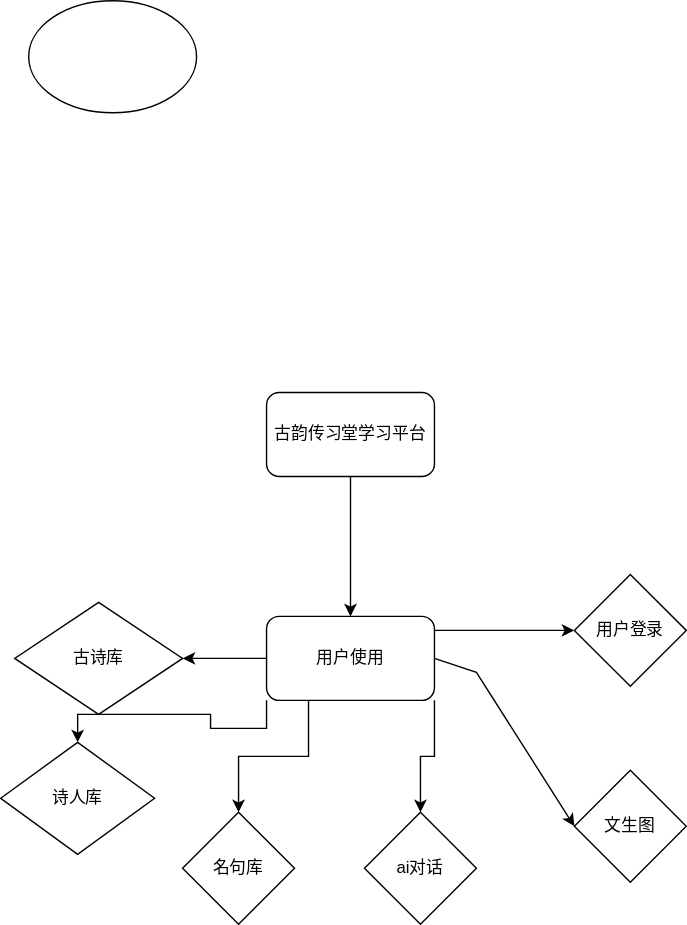
Earlier version of the draw.io export sss.svg (fuzeyazi/poem). Source tidied: cells renumbered, new cells last; positions are measured from the earlier drawing's top-left corner, leaving out a move shared by most shapes.
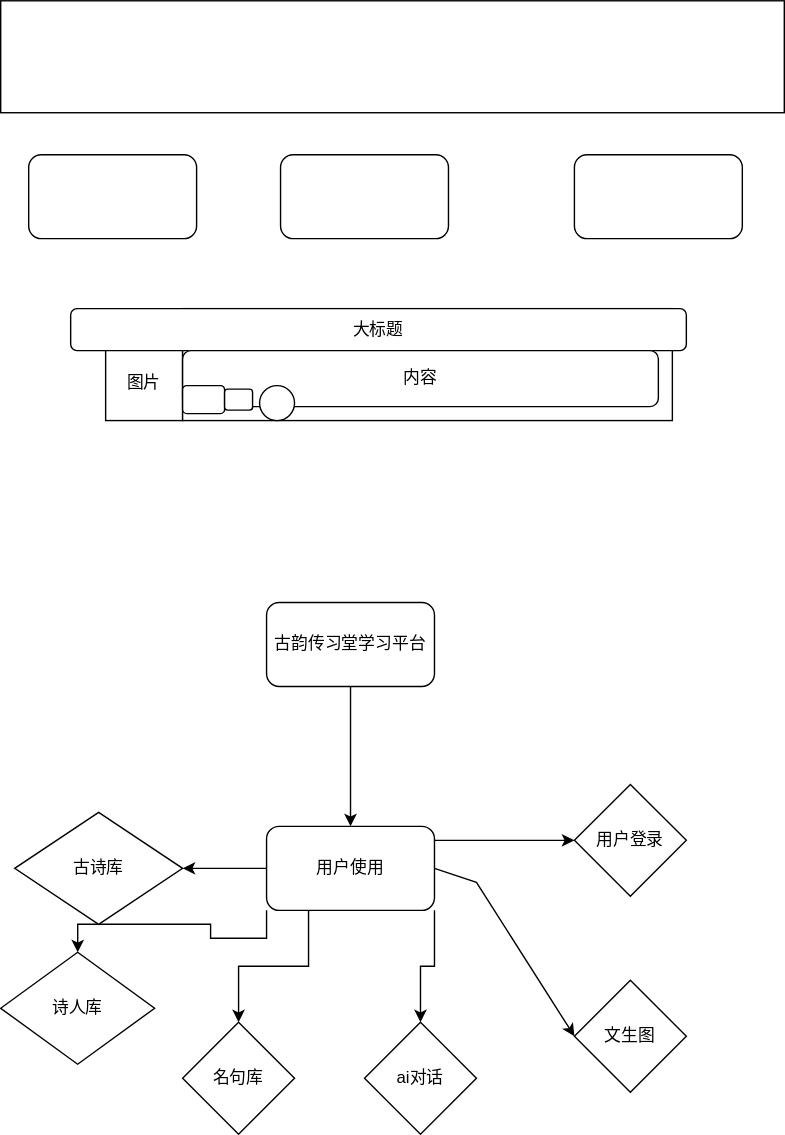
The same diagram one commit later.

Change to the diagram source:
```diff
@@ -59,8 +59,38 @@
         <mxPoint x="310" y="450" as="sourcePoint" />
       </mxGeometry>
     </mxCell>
-    <mxCell id="18" style="ellipse;whiteSpace=wrap;html=1;" parent="1" vertex="1">
-      <mxGeometry x="20" width="120" height="80" as="geometry" />
+    <mxCell id="18" style="rounded=0;whiteSpace=wrap;html=1;" parent="1" vertex="1">
+      <mxGeometry y="-150" width="560" height="80" as="geometry" />
     </mxCell>
+    <mxCell id="19" style="rounded=1;whiteSpace=wrap;html=1;" parent="1" vertex="1">
+      <mxGeometry x="20" y="-40" width="120" height="60" as="geometry" />
+    </mxCell>
+    <mxCell id="20" style="rounded=1;whiteSpace=wrap;html=1;" parent="1" vertex="1">
+      <mxGeometry x="200" y="-40" width="120" height="60" as="geometry" />
+    </mxCell>
+    <mxCell id="21" style="rounded=1;whiteSpace=wrap;html=1;" parent="1" vertex="1">
+      <mxGeometry x="410" y="-40" width="120" height="60" as="geometry" />
+    </mxCell>
+    <mxCell id="22" value="图片" style="whiteSpace=wrap;html=1;" parent="1" vertex="1">
+      <mxGeometry x="75" y="95" width="55" height="55" as="geometry" />
+    </mxCell>
+    <mxCell id="23" style="rounded=0;whiteSpace=wrap;html=1;" parent="1" vertex="1">
+      <mxGeometry x="130" y="70" width="350" height="80" as="geometry" />
+    </mxCell>
+    <mxCell id="24" value="大标题" style="rounded=1;whiteSpace=wrap;html=1;" parent="1" vertex="1">
+      <mxGeometry x="50" y="70" width="440" height="30" as="geometry" />
+    </mxCell>
+    <mxCell id="25" value="内容" style="rounded=1;whiteSpace=wrap;html=1;" parent="1" vertex="1">
+      <mxGeometry x="130" y="100" width="340" height="40" as="geometry" />
+    </mxCell>
+    <mxCell id="26" style="rounded=1;whiteSpace=wrap;html=1;" parent="1" vertex="1">
+      <mxGeometry x="130" y="125" width="30" height="20" as="geometry" />
+    </mxCell>
+    <mxCell id="27" style="rounded=1;whiteSpace=wrap;html=1;" parent="1" vertex="1">
+      <mxGeometry x="160" y="127.5" width="20" height="15" as="geometry" />
+    </mxCell>
+    <mxCell id="28" style="ellipse;whiteSpace=wrap;html=1;" parent="1" vertex="1">
+      <mxGeometry x="185" y="125" width="25" height="25" as="geometry" />
+    </mxCell>
   </root>
 </mxGraphModel>
```
